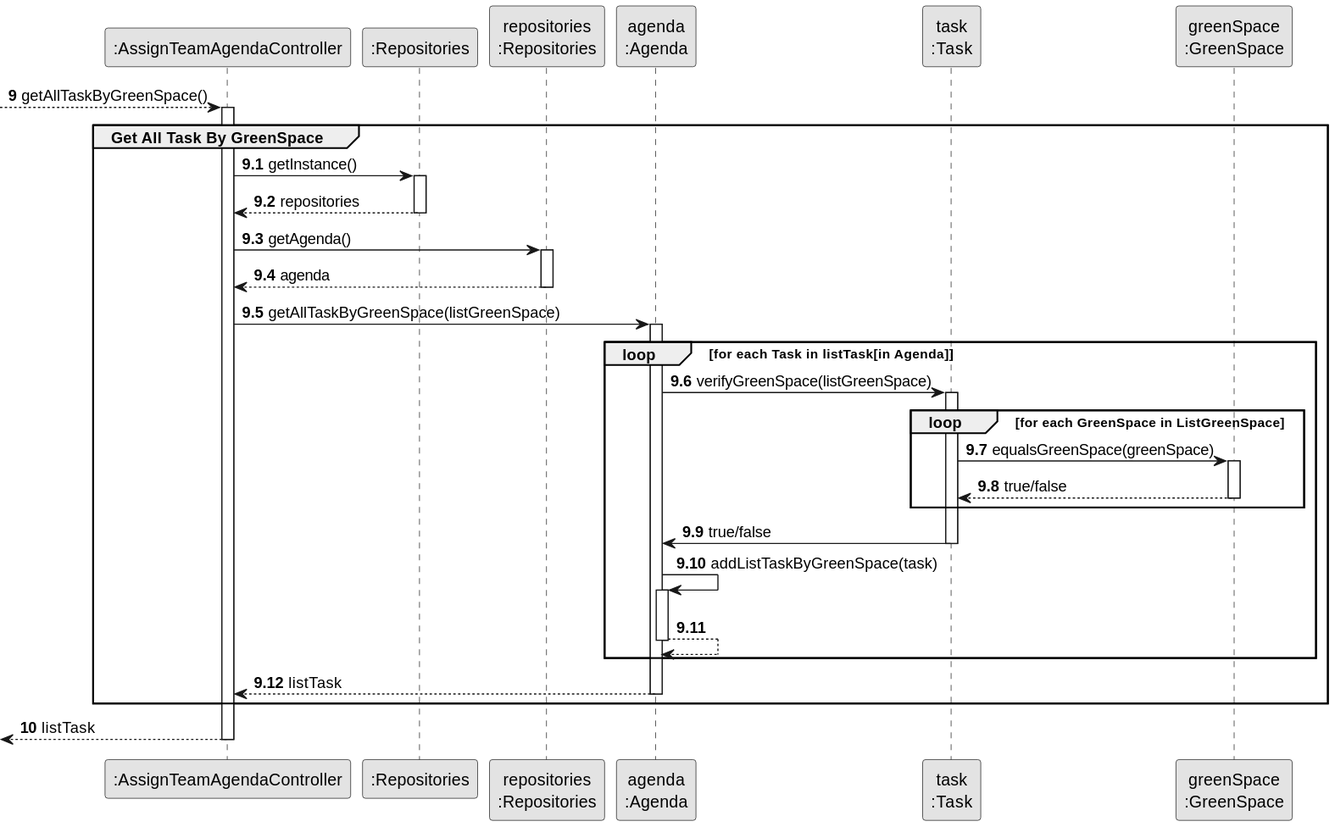
Earlier version of the PlantUML export docs/sprint3/us23/03.design/svg/us23-partial-sequence-diagram-get-all-GreenSpace-By-GSM.svg (Departamento-de-Engenharia-Informatica/lei-24-s2-1db-g022). Source of this version:
```plantuml
@startuml
skinparam monochrome true
skinparam packageStyle rectangle
skinparam shadowing false

participant ":AssignTeamAgendaController" as CTRL
participant ":Repositories" as RepositorySingleton
participant "repositories\n:Repositories" as PLAT
participant "agenda\n:Agenda" as AGENDA
participant "task\n:Task" as TASK
participant "greenSpace\n:GreenSpace" as GREENSPACE

autonumber 9

--> CTRL : getAllTaskByGreenSpace()

autonumber 9.1

activate CTRL

group Get All Task By GreenSpace

CTRL -> RepositorySingleton : getInstance()

activate RepositorySingleton

RepositorySingleton --> CTRL : repositories

deactivate RepositorySingleton

CTRL -> PLAT : getAgenda()

activate PLAT

PLAT --> CTRL: agenda

deactivate PLAT

CTRL -> AGENDA : getAllTaskByGreenSpace(listGreenSpace)

activate AGENDA

loop for each Task in listTask[in Agenda]

AGENDA -> TASK : verifyGreenSpace(listGreenSpace)

activate TASK

loop for each GreenSpace in ListGreenSpace

TASK -> GREENSPACE : equalsGreenSpace(greenSpace)

activate GREENSPACE

GREENSPACE --> TASK : true/false

deactivate GREENSPACE

end

TASK -> AGENDA : true/false

deactivate TASK

AGENDA -> AGENDA : addListTaskByGreenSpace(task)

activate AGENDA

AGENDA --> AGENDA

deactivate AGENDA

end

AGENDA --> CTRL : listTask

deactivate AGENDA

end

autonumber 10

<--CTRL : listTask

deactivate CTRL
@enduml
```
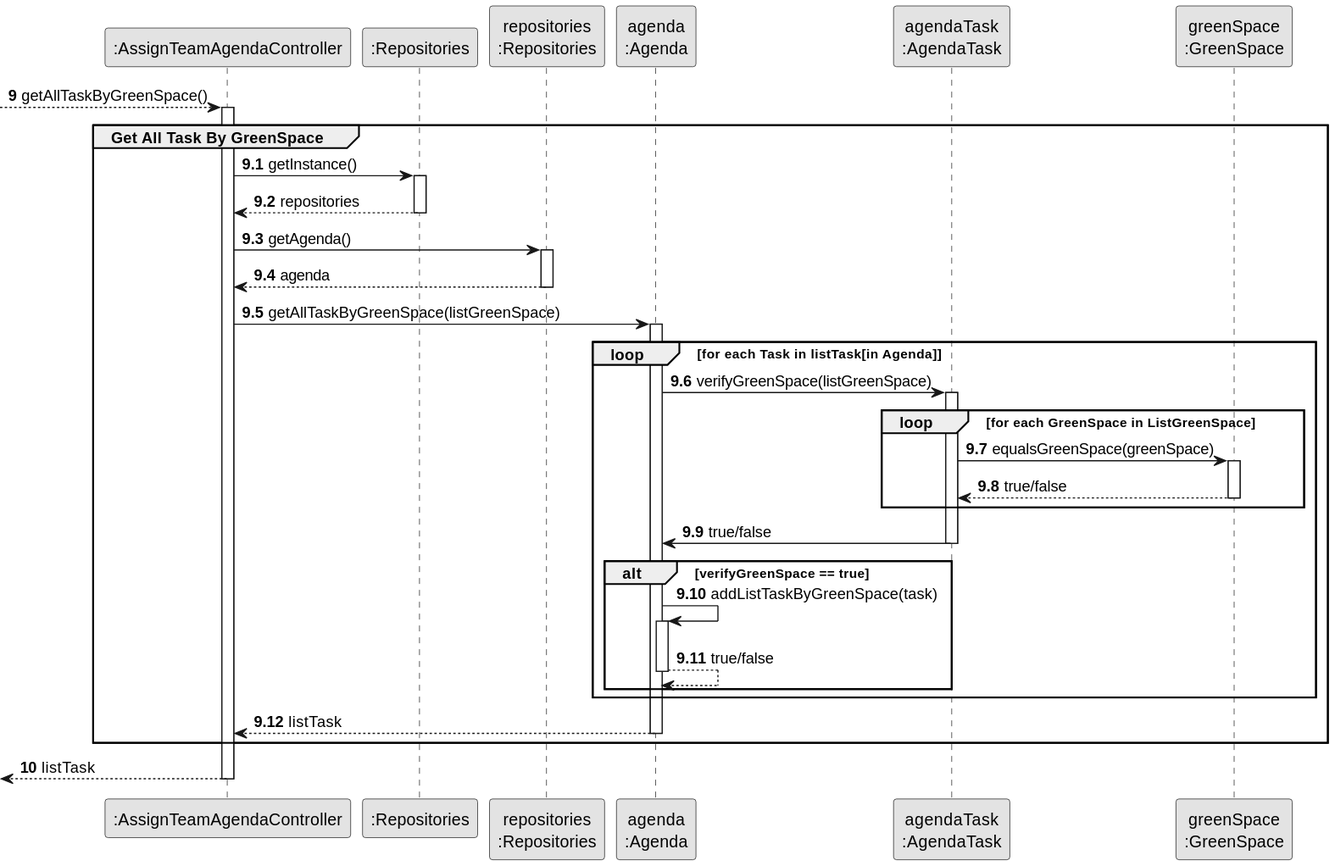
After the change.

Diff of the diagram source:
```diff
@@ -7,7 +7,7 @@
 participant ":Repositories" as RepositorySingleton
 participant "repositories\n:Repositories" as PLAT
 participant "agenda\n:Agenda" as AGENDA
-participant "task\n:Task" as TASK
+participant "agendaTask\n:AgendaTask" as TASK
 participant "greenSpace\n:GreenSpace" as GREENSPACE
 
 autonumber 9
@@ -62,13 +62,17 @@
 
 deactivate TASK
 
+alt verifyGreenSpace == true
+
 AGENDA -> AGENDA : addListTaskByGreenSpace(task)
 
 activate AGENDA
 
-AGENDA --> AGENDA
+AGENDA --> AGENDA : true/false
 
 deactivate AGENDA
+
+end
 
 end
 
```
